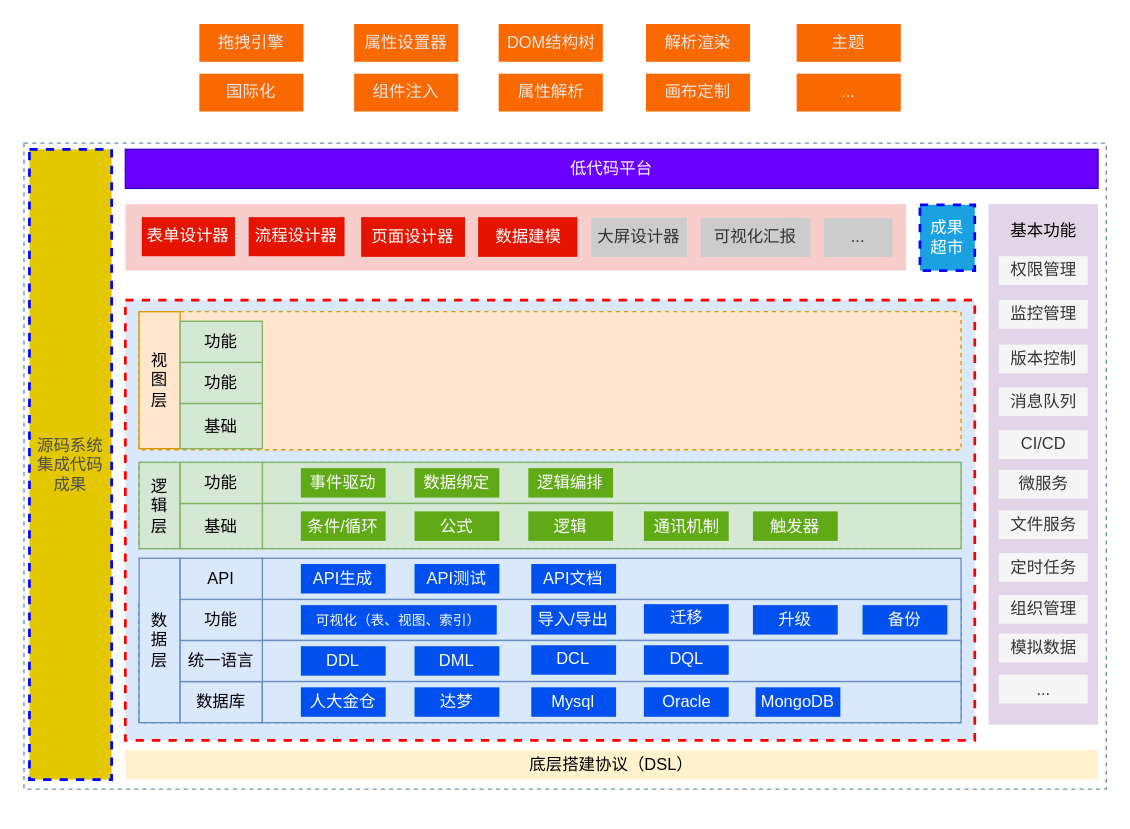
The draw.io diagram 低代码—泳道图—研究内容.drawio in tangyaosimida/love, before the edit. Source tidied: cells renumbered, new cells numbered last; positions are measured from the earlier drawing's top-left corner, leaving out a move shared by most shapes. Both pictures are drawn from the tidied source at 137%, with x=0, y=0 at pixel (23, 23).
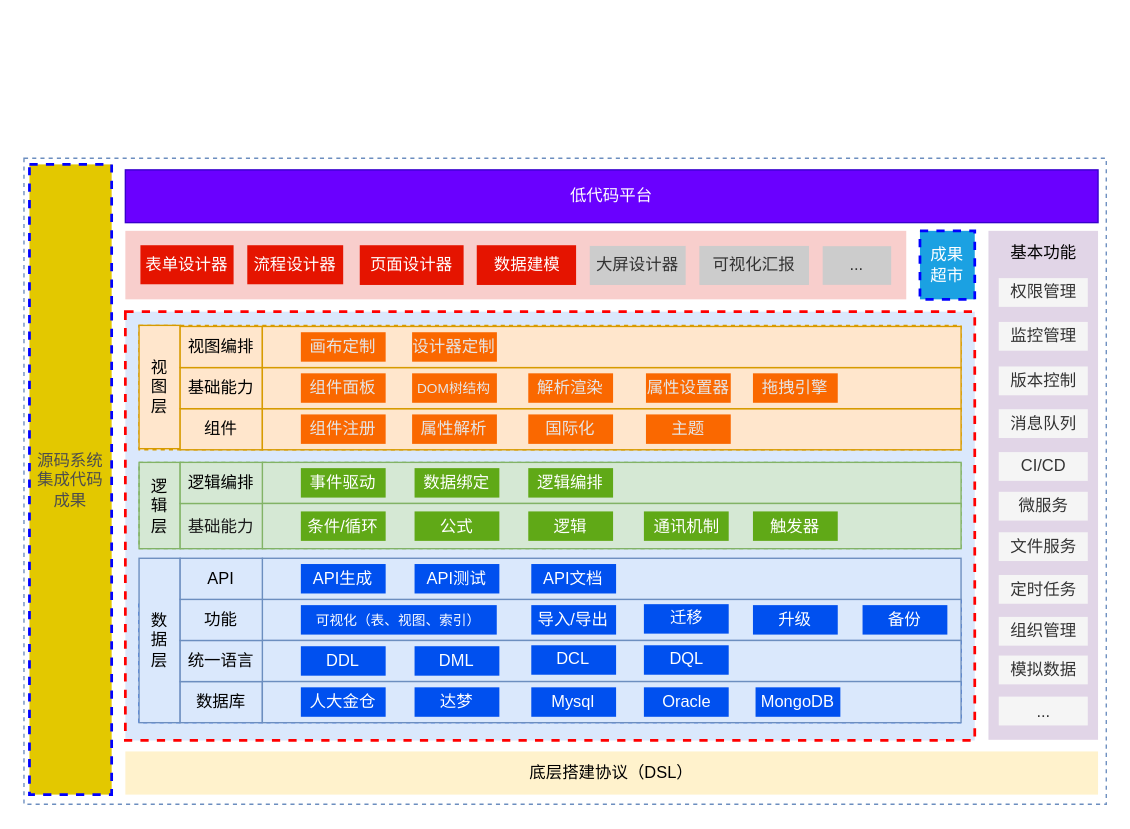
After the change.

Commit message (it also covers changes not shown here):
更新低代码—泳道图—研究内容.drawio

Diff of the diagram source:
```diff
@@
     <mxCell id="2" style="rounded=0;whiteSpace=wrap;html=1;dashed=1;fillColor=none;strokeColor=#6c8ebf;strokeWidth=1;" parent="1" vertex="1">
-      <mxGeometry y="87" width="790" height="471.5" as="geometry" />
+      <mxGeometry y="98" width="790" height="471.5" as="geometry" />
     </mxCell>
     <mxCell id="3" style="rounded=0;whiteSpace=wrap;html=1;fillColor=#dae8fc;strokeColor=#FF0000;dashed=1;strokeWidth=2;" parent="1" vertex="1">
-      <mxGeometry x="74" y="201.5" width="620" height="321.5" as="geometry" />
+      <mxGeometry x="74" y="210" width="620" height="313" as="geometry" />
     </mxCell>
     <mxCell id="4" style="rounded=0;whiteSpace=wrap;html=1;fillColor=#f8cecc;strokeColor=none;" parent="1" vertex="1">
-      <mxGeometry x="74" y="131.5" width="570" height="48.5" as="geometry" />
+      <mxGeometry x="74" y="151" width="570" height="50" as="geometry" />
     </mxCell>
     <mxCell id="5" style="rounded=0;whiteSpace=wrap;html=1;strokeWidth=1;strokeColor=none;fillColor=#e1d5e7;" parent="1" vertex="1">
-      <mxGeometry x="704" y="131.5" width="80" height="380" as="geometry" />
+      <mxGeometry x="704" y="151" width="80" height="371.5" as="geometry" />
     </mxCell>
     <mxCell id="6" value="低代码平台" style="rounded=0;whiteSpace=wrap;html=1;fillColor=#6a00ff;fontColor=#ffffff;strokeColor=#3700CC;" parent="1" vertex="1">
-      <mxGeometry x="74" y="91.5" width="710" height="28.5" as="geometry" />
+      <mxGeometry x="74" y="106.5" width="710" height="38.5" as="geometry" />
     </mxCell>
     <mxCell id="7" value="底层搭建协议（DSL）" style="rounded=0;whiteSpace=wrap;html=1;fillColor=#fff2cc;strokeColor=none;" parent="1" vertex="1">
-      <mxGeometry x="74" y="530" width="710" height="21.5" as="geometry" />
+      <mxGeometry x="74" y="531" width="710" height="31.5" as="geometry" />
     </mxCell>
     <mxCell id="8" value="成果&lt;div&gt;超市&lt;/div&gt;" style="rounded=0;whiteSpace=wrap;html=1;fillColor=#1ba1e2;strokeColor=#0000FF;fontColor=#ffffff;dashed=1;strokeWidth=2;" parent="1" vertex="1">
-      <mxGeometry x="654" y="132" width="40" height="48" as="geometry" />
+      <mxGeometry x="654" y="151" width="40" height="50" as="geometry" />
     </mxCell>
     <mxCell id="9" value="大屏设计器" style="rounded=0;whiteSpace=wrap;html=1;fillColor=#CCCCCC;fontColor=#333333;strokeColor=none;" parent="1" vertex="1">
-      <mxGeometry x="414" y="141.5" width="70" height="28.5" as="geometry" />
+      <mxGeometry x="413" y="162" width="70" height="28.5" as="geometry" />
     </mxCell>
     <mxCell id="10" value="基本功能" style="text;html=1;align=center;verticalAlign=middle;whiteSpace=wrap;rounded=0;" parent="1" vertex="1">
-      <mxGeometry x="711.5" y="141.5" width="65" height="18.5" as="geometry" />
+      <mxGeometry x="711.5" y="157.5" width="65" height="18.5" as="geometry" />
     </mxCell>
@@
     <mxCell id="13" value="&lt;div style=&quot;&quot;&gt;&lt;br&gt;&lt;/div&gt;" style="rounded=0;whiteSpace=wrap;html=1;align=left;fillColor=#ffe6cc;strokeColor=#d79b00;dashed=1;strokeWidth=1;" parent="1" vertex="1">
-      <mxGeometry x="84" y="210" width="600" height="100.8" as="geometry" />
+      <mxGeometry x="84" y="220" width="600" height="90.8" as="geometry" />
     </mxCell>
     <mxCell id="14" value="数据建模" style="rounded=0;whiteSpace=wrap;html=1;fillColor=#e51400;fontColor=#ffffff;strokeColor=none;" parent="1" vertex="1">
-      <mxGeometry x="331.5" y="141" width="72.5" height="29" as="geometry" />
+      <mxGeometry x="330.5" y="161.5" width="72.5" height="29" as="geometry" />
     </mxCell>
     <mxCell id="15" value="可视化汇报" style="rounded=0;whiteSpace=wrap;html=1;fillColor=#CCCCCC;fontColor=#333333;strokeColor=none;" parent="1" vertex="1">
-      <mxGeometry x="494" y="141.5" width="80" height="28.5" as="geometry" />
+      <mxGeometry x="493" y="162" width="80" height="28.5" as="geometry" />
     </mxCell>
     <mxCell id="16" value="表单设计器" style="rounded=0;whiteSpace=wrap;html=1;fillColor=#e51400;fontColor=#ffffff;strokeColor=none;" parent="1" vertex="1">
-      <mxGeometry x="86" y="141" width="68" height="28.5" as="geometry" />
+      <mxGeometry x="85" y="161.5" width="68" height="28.5" as="geometry" />
     </mxCell>
     <mxCell id="17" value="流程设计器" style="rounded=0;whiteSpace=wrap;html=1;fillColor=#e51400;fontColor=#ffffff;strokeColor=none;" parent="1" vertex="1">
-      <mxGeometry x="164" y="141" width="70" height="28.5" as="geometry" />
+      <mxGeometry x="163" y="161.5" width="70" height="28.5" as="geometry" />
     </mxCell>
     <mxCell id="18" value="页面设计器" style="rounded=0;whiteSpace=wrap;html=1;fillColor=#e51400;fontColor=#ffffff;strokeColor=none;" parent="1" vertex="1">
-      <mxGeometry x="246.1" y="141" width="75.8" height="29" as="geometry" />
+      <mxGeometry x="245.1" y="161.5" width="75.8" height="29" as="geometry" />
     </mxCell>
     <mxCell id="19" value="&lt;font color=&quot;#4d4d4d&quot;&gt;源码系统集成代码成果&lt;/font&gt;" style="rounded=0;whiteSpace=wrap;html=1;fillColor=#e3c800;strokeColor=#0000FF;fontColor=#000000;dashed=1;strokeWidth=2;" parent="1" vertex="1">
-      <mxGeometry x="4" y="91.5" width="60" height="460" as="geometry" />
+      <mxGeometry x="4" y="102.5" width="60" height="460" as="geometry" />
     </mxCell>
     <mxCell id="20" value="权限管理" style="rounded=0;whiteSpace=wrap;html=1;strokeColor=none;fillColor=#f5f5f5;fontColor=#333333;" parent="1" vertex="1">
-      <mxGeometry x="711.5" y="169.5" width="65" height="21" as="geometry" />
+      <mxGeometry x="711.5" y="185.5" width="65" height="21" as="geometry" />
     </mxCell>
     <mxCell id="21" value="监控管理" style="rounded=0;whiteSpace=wrap;html=1;strokeColor=none;fillColor=#f5f5f5;fontColor=#333333;" parent="1" vertex="1">
-      <mxGeometry x="711.5" y="201.5" width="65" height="21" as="geometry" />
+      <mxGeometry x="711.5" y="217.5" width="65" height="21" as="geometry" />
     </mxCell>
     <mxCell id="22" value="版本控制" style="rounded=0;whiteSpace=wrap;html=1;strokeColor=none;fillColor=#f5f5f5;fontColor=#333333;" parent="1" vertex="1">
-      <mxGeometry x="711.5" y="234" width="65" height="21" as="geometry" />
+      <mxGeometry x="711.5" y="250" width="65" height="21" as="geometry" />
     </mxCell>
     <mxCell id="23" value="消息队列" style="rounded=0;whiteSpace=wrap;html=1;strokeColor=none;fillColor=#f5f5f5;fontColor=#333333;" parent="1" vertex="1">
-      <mxGeometry x="711.5" y="265.2" width="65" height="21" as="geometry" />
+      <mxGeometry x="711.5" y="281.2" width="65" height="21" as="geometry" />
     </mxCell>
     <mxCell id="24" value="CI/CD" style="rounded=0;whiteSpace=wrap;html=1;strokeColor=none;fillColor=#f5f5f5;fontColor=#333333;" parent="1" vertex="1">
-      <mxGeometry x="711.5" y="296.5" width="65" height="21" as="geometry" />
+      <mxGeometry x="711.5" y="312.5" width="65" height="21" as="geometry" />
     </mxCell>
     <mxCell id="25" value="微服务" style="rounded=0;whiteSpace=wrap;html=1;strokeColor=none;fillColor=#f5f5f5;fontColor=#333333;" parent="1" vertex="1">
-      <mxGeometry x="711.5" y="325.5" width="65" height="21" as="geometry" />
+      <mxGeometry x="711.5" y="341.5" width="65" height="21" as="geometry" />
     </mxCell>
     <mxCell id="26" value="文件服务" style="rounded=0;whiteSpace=wrap;html=1;strokeColor=none;fillColor=#f5f5f5;fontColor=#333333;" parent="1" vertex="1">
-      <mxGeometry x="711.5" y="355" width="65" height="21" as="geometry" />
+      <mxGeometry x="711.5" y="371" width="65" height="21" as="geometry" />
     </mxCell>
     <mxCell id="27" value="定时任务" style="rounded=0;whiteSpace=wrap;html=1;strokeColor=none;fillColor=#f5f5f5;fontColor=#333333;" parent="1" vertex="1">
-      <mxGeometry x="711.5" y="386.2" width="65" height="21" as="geometry" />
+      <mxGeometry x="711.5" y="402.2" width="65" height="21" as="geometry" />
     </mxCell>
     <mxCell id="28" value="组织管理" style="rounded=0;whiteSpace=wrap;html=1;strokeColor=none;fillColor=#f5f5f5;fontColor=#333333;" parent="1" vertex="1">
-      <mxGeometry x="711.5" y="416.8" width="65" height="21" as="geometry" />
+      <mxGeometry x="711.5" y="432.8" width="65" height="21" as="geometry" />
     </mxCell>
     <mxCell id="29" value="模拟数据" style="rounded=0;whiteSpace=wrap;html=1;strokeColor=none;fillColor=#f5f5f5;fontColor=#333333;" parent="1" vertex="1">
-      <mxGeometry x="711.5" y="445" width="65" height="21" as="geometry" />
+      <mxGeometry x="711.5" y="461" width="65" height="21" as="geometry" />
     </mxCell>
     <mxCell id="30" value="..." style="rounded=0;whiteSpace=wrap;html=1;strokeColor=none;fillColor=#f5f5f5;fontColor=#333333;" parent="1" vertex="1">
-      <mxGeometry x="711.5" y="475" width="65" height="21" as="geometry" />
+      <mxGeometry x="711.5" y="491" width="65" height="21" as="geometry" />
     </mxCell>
@@
     <mxCell id="32" value="..." style="rounded=0;whiteSpace=wrap;html=1;fillColor=#CCCCCC;fontColor=#333333;strokeColor=none;" parent="1" vertex="1">
-      <mxGeometry x="584" y="141.8" width="50" height="28.2" as="geometry" />
+      <mxGeometry x="583" y="162.2" width="50" height="28.2" as="geometry" />
     </mxCell>
@@
-    <mxCell id="61" value="基础" style="rounded=0;whiteSpace=wrap;html=1;fillColor=#d5e8d4;strokeColor=#82b366;" parent="1" vertex="1">
+    <mxCell id="61" value="&lt;font color=&quot;#1a1a1a&quot;&gt;基础能力&lt;/font&gt;" style="rounded=0;whiteSpace=wrap;html=1;fillColor=#d5e8d4;strokeColor=#82b366;fontColor=#E6E6E6;" parent="1" vertex="1">
       <mxGeometry x="114" y="350" width="60" height="33" as="geometry" />
     </mxCell>
-    <mxCell id="62" value="功能" style="rounded=0;whiteSpace=wrap;html=1;fillColor=#d5e8d4;strokeColor=#82b366;" parent="1" vertex="1">
+    <mxCell id="62" value="逻辑编排" style="rounded=0;whiteSpace=wrap;html=1;fillColor=#d5e8d4;strokeColor=#82b366;" parent="1" vertex="1">
       <mxGeometry x="114" y="320" width="60" height="30" as="geometry" />
     </mxCell>
@@
+    <mxCell id="81" value="视&lt;div&gt;图&lt;/div&gt;&lt;div&gt;层&lt;/div&gt;" style="text;html=1;align=center;verticalAlign=middle;whiteSpace=wrap;rounded=0;fillColor=#ffe6cc;strokeColor=#d79b00;" parent="1" vertex="1">
+      <mxGeometry x="84" y="220" width="30" height="90" as="geometry" />
+    </mxCell>
+    <mxCell id="85" value="组件" style="rounded=0;whiteSpace=wrap;html=1;fillColor=#ffe6cc;strokeColor=#d79b00;" parent="1" vertex="1">
+      <mxGeometry x="114" y="280.8" width="60" height="30" as="geometry" />
+    </mxCell>
+    <mxCell id="86" value="基础能力" style="rounded=0;whiteSpace=wrap;html=1;fillColor=#ffe6cc;strokeColor=#d79b00;" parent="1" vertex="1">
+      <mxGeometry x="114" y="250.8" width="60" height="30" as="geometry" />
+    </mxCell>
+    <mxCell id="87" value="视图编排" style="rounded=0;whiteSpace=wrap;html=1;fillColor=#ffe6cc;strokeColor=#d79b00;" parent="1" vertex="1">
+      <mxGeometry x="114" y="220.8" width="60" height="30" as="geometry" />
+    </mxCell>
+    <mxCell id="88" style="rounded=0;whiteSpace=wrap;html=1;fillColor=#ffe6cc;strokeColor=#d79b00;" parent="1" vertex="1">
+      <mxGeometry x="174" y="280.8" width="510" height="30" as="geometry" />
+    </mxCell>
+    <mxCell id="89" style="rounded=0;whiteSpace=wrap;html=1;fillColor=#ffe6cc;strokeColor=#d79b00;" parent="1" vertex="1">
+      <mxGeometry x="174" y="250.8" width="510" height="30" as="geometry" />
+    </mxCell>
+    <mxCell id="90" style="rounded=0;whiteSpace=wrap;html=1;fillColor=#ffe6cc;strokeColor=#d79b00;" parent="1" vertex="1">
+      <mxGeometry x="174" y="220.8" width="510" height="30" as="geometry" />
+    </mxCell>
+    <mxCell id="91" value="组件注册" style="rounded=0;whiteSpace=wrap;html=1;fillColor=#fa6800;strokeColor=none;fontColor=#E6E6E6;" parent="1" vertex="1">
+      <mxGeometry x="202.1" y="285" width="61.9" height="21.5" as="geometry" />
+    </mxCell>
+    <mxCell id="74" value="属性解析" style="rounded=0;whiteSpace=wrap;html=1;fillColor=#fa6800;strokeColor=none;fontColor=#E6E6E6;" parent="1" vertex="1">
+      <mxGeometry x="283.3" y="285" width="61.9" height="21.5" as="geometry" />
+    </mxCell>
+    <mxCell id="72" value="国际化" style="rounded=0;whiteSpace=wrap;html=1;fillColor=#fa6800;strokeColor=none;fontColor=#E6E6E6;" parent="1" vertex="1">
+      <mxGeometry x="368.1" y="285" width="61.9" height="21.5" as="geometry" />
+    </mxCell>
+    <mxCell id="77" value="主题" style="rounded=0;whiteSpace=wrap;html=1;fillColor=#fa6800;strokeColor=none;fontColor=#E6E6E6;" parent="1" vertex="1">
+      <mxGeometry x="454" y="285" width="61.9" height="21.5" as="geometry" />
+    </mxCell>
+    <mxCell id="92" value="&lt;font style=&quot;font-size: 12px;&quot;&gt;组件面板&lt;/font&gt;" style="rounded=0;whiteSpace=wrap;html=1;fillColor=#fa6800;strokeColor=none;fontColor=#E6E6E6;" parent="1" vertex="1">
+      <mxGeometry x="202.1" y="255" width="61.9" height="21.5" as="geometry" />
+    </mxCell>
+    <mxCell id="93" value="&lt;font style=&quot;font-size: 10px;&quot;&gt;DOM树结构&lt;/font&gt;" style="rounded=0;whiteSpace=wrap;html=1;fillColor=#fa6800;strokeColor=none;fontColor=#E6E6E6;" parent="1" vertex="1">
+      <mxGeometry x="283.3" y="255" width="61.9" height="21.5" as="geometry" />
+    </mxCell>
+    <mxCell id="80" value="解析渲染" style="rounded=0;whiteSpace=wrap;html=1;fillColor=#fa6800;strokeColor=none;fontColor=#E6E6E6;" parent="1" vertex="1">
+      <mxGeometry x="368.1" y="255" width="61.9" height="21.5" as="geometry" />
+    </mxCell>
+    <mxCell id="78" value="属性设置器" style="rounded=0;whiteSpace=wrap;html=1;fillColor=#fa6800;strokeColor=none;fontColor=#E6E6E6;" parent="1" vertex="1">
+      <mxGeometry x="454" y="255" width="61.9" height="21.5" as="geometry" />
+    </mxCell>
-    <mxCell id="71" value="拖拽引擎" style="rounded=0;whiteSpace=wrap;html=1;fillColor=#fa6800;fontColor=#E6E6E6;strokeColor=none;" parent="1" vertex="1">
-      <mxGeometry x="128" width="76" height="27.6" as="geometry" />
+    <mxCell id="71" value="拖拽引擎" style="rounded=0;whiteSpace=wrap;html=1;fillColor=#fa6800;strokeColor=none;fontColor=#E6E6E6;" parent="1" vertex="1">
+      <mxGeometry x="532.1" y="255" width="61.9" height="21.5" as="geometry" />
     </mxCell>
-    <mxCell id="72" value="国际化" style="rounded=0;whiteSpace=wrap;html=1;fillColor=#fa6800;fontColor=#E6E6E6;strokeColor=none;" parent="1" vertex="1">
-      <mxGeometry x="128" y="36.3" width="76" height="27.6" as="geometry" />
-    </mxCell>
-    <mxCell id="73" value="组件注入" style="rounded=0;whiteSpace=wrap;html=1;fillColor=#fa6800;fontColor=#E6E6E6;strokeColor=none;" parent="1" vertex="1">
-      <mxGeometry x="241" y="36.3" width="76" height="27.6" as="geometry" />
-    </mxCell>
-    <mxCell id="74" value="属性解析" style="rounded=0;whiteSpace=wrap;html=1;fillColor=#fa6800;fontColor=#E6E6E6;strokeColor=none;" parent="1" vertex="1">
-      <mxGeometry x="346.5" y="36.3" width="76" height="27.6" as="geometry" />
-    </mxCell>
-    <mxCell id="75" value="画布定制" style="rounded=0;whiteSpace=wrap;html=1;fillColor=#fa6800;fontColor=#E6E6E6;strokeColor=none;" parent="1" vertex="1">
-      <mxGeometry x="454" y="36.3" width="76" height="27.6" as="geometry" />
+    <mxCell id="75" value="&lt;font style=&quot;font-size: 12px;&quot;&gt;画布定制&lt;/font&gt;" style="rounded=0;whiteSpace=wrap;html=1;fillColor=#fa6800;strokeColor=none;fontColor=#E6E6E6;" parent="1" vertex="1">
+      <mxGeometry x="202.1" y="225" width="61.9" height="21.5" as="geometry" />
     </mxCell>
-    <mxCell id="76" value="..." style="rounded=0;whiteSpace=wrap;html=1;fillColor=#fa6800;fontColor=#E6E6E6;strokeColor=none;" parent="1" vertex="1">
-      <mxGeometry x="564" y="36.3" width="76" height="27.6" as="geometry" />
-    </mxCell>
-    <mxCell id="77" value="主题" style="rounded=0;whiteSpace=wrap;html=1;fillColor=#fa6800;fontColor=#E6E6E6;strokeColor=none;" parent="1" vertex="1">
-      <mxGeometry x="564" width="76" height="27.6" as="geometry" />
-    </mxCell>
-    <mxCell id="78" value="属性设置器" style="rounded=0;whiteSpace=wrap;html=1;fillColor=#fa6800;fontColor=#E6E6E6;strokeColor=none;" parent="1" vertex="1">
-      <mxGeometry x="241" width="76" height="27.6" as="geometry" />
-    </mxCell>
-    <mxCell id="79" value="DOM结构树" style="rounded=0;whiteSpace=wrap;html=1;fillColor=#fa6800;fontColor=#E6E6E6;strokeColor=none;" parent="1" vertex="1">
-      <mxGeometry x="346.5" width="76" height="27.6" as="geometry" />
-    </mxCell>
-    <mxCell id="80" value="解析渲染" style="rounded=0;whiteSpace=wrap;html=1;fillColor=#fa6800;fontColor=#E6E6E6;strokeColor=none;" parent="1" vertex="1">
-      <mxGeometry x="454" width="76" height="27.6" as="geometry" />
-    </mxCell>
-    <mxCell id="81" value="视&lt;div&gt;图&lt;/div&gt;&lt;div&gt;层&lt;/div&gt;" style="text;html=1;align=center;verticalAlign=middle;whiteSpace=wrap;rounded=0;fillColor=#ffe6cc;strokeColor=#d79b00;" parent="1" vertex="1">
-      <mxGeometry x="84" y="210" width="30" height="100" as="geometry" />
-    </mxCell>
-    <mxCell id="82" value="基础" style="rounded=0;whiteSpace=wrap;html=1;fillColor=#d5e8d4;strokeColor=#82b366;" parent="1" vertex="1">
-      <mxGeometry x="114" y="277" width="60" height="33" as="geometry" />
-    </mxCell>
-    <mxCell id="83" value="功能" style="rounded=0;whiteSpace=wrap;html=1;fillColor=#d5e8d4;strokeColor=#82b366;" parent="1" vertex="1">
-      <mxGeometry x="114" y="247" width="60" height="30" as="geometry" />
-    </mxCell>
-    <mxCell id="84" value="功能" style="rounded=0;whiteSpace=wrap;html=1;fillColor=#d5e8d4;strokeColor=#82b366;" parent="1" vertex="1">
-      <mxGeometry x="114" y="217" width="60" height="30" as="geometry" />
-    </mxCell>
+    <mxCell id="94" value="设计器定制" style="rounded=0;whiteSpace=wrap;html=1;fillColor=#fa6800;strokeColor=none;fontColor=#E6E6E6;" parent="1" vertex="1">
+      <mxGeometry x="283.3" y="225" width="61.9" height="21.5" as="geometry" />
+    </mxCell>
```
